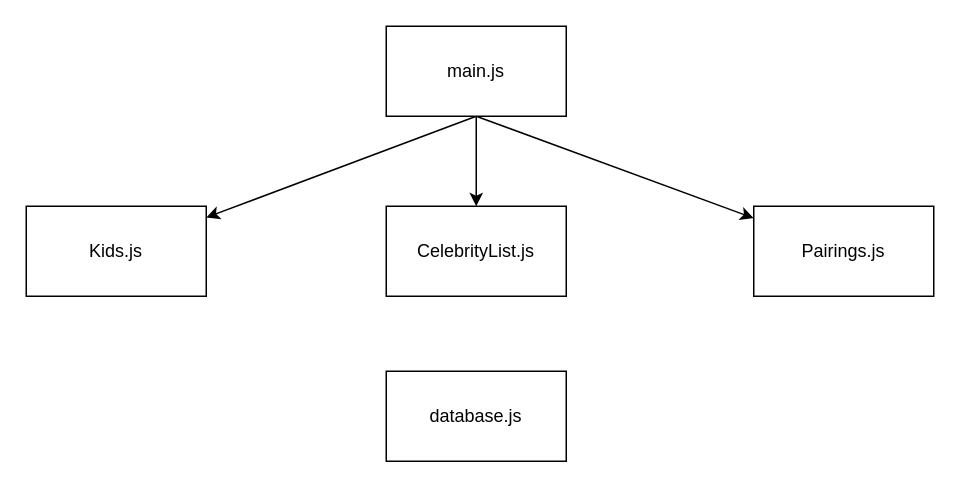
Earlier version of the draw.io diagram dependencyDiagram.drawio (nss-day-cohort-75/Kids-Dreams-BraxtonBrown4). Source tidied: cells renumbered, new cells numbered last; positions are measured from the earlier drawing's top-left corner, leaving out a move shared by most shapes. Both pictures are drawn from the tidied source at 150%, with x=0, y=0 at pixel (26, 26).
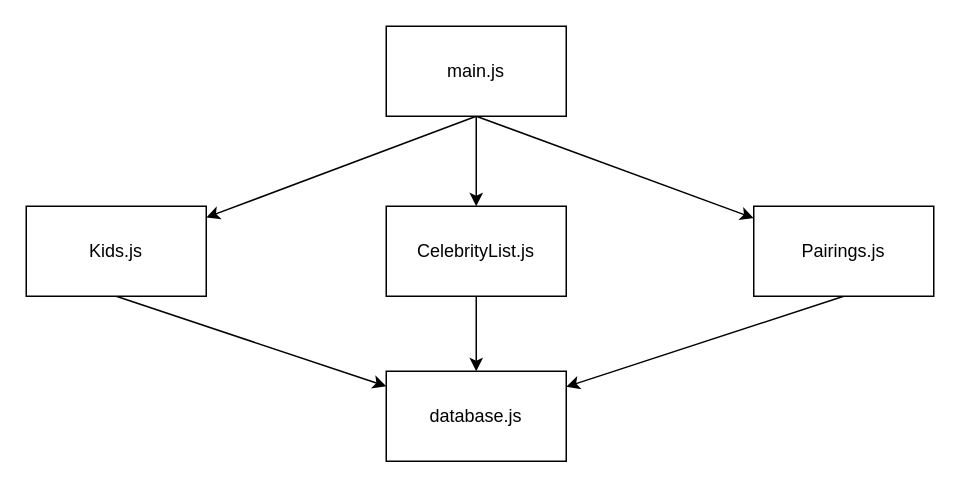
The same page after the edit.

Diff of the diagram source:
```diff
@@
 <mxGraphModel>
   <root>
     <mxCell id="0" />
     <mxCell id="1" parent="0" />
+    <mxCell id="10" style="edgeStyle=none;html=1;exitX=0.5;exitY=1;exitDx=0;exitDy=0;" parent="1" edge="1" source="2" target="4">
+      <mxGeometry relative="1" as="geometry" />
+    </mxCell>
     <mxCell id="2" value="Kids.js" style="rounded=0;whiteSpace=wrap;html=1;" parent="1" vertex="1">
       <mxGeometry y="120" width="120" height="60" as="geometry" />
     </mxCell>
+    <mxCell id="11" style="edgeStyle=none;html=1;exitX=0.5;exitY=1;exitDx=0;exitDy=0;" parent="1" edge="1" source="3" target="4">
+      <mxGeometry relative="1" as="geometry" />
+    </mxCell>
     <mxCell id="3" value="CelebrityList.js" style="rounded=0;whiteSpace=wrap;html=1;" parent="1" vertex="1">
       <mxGeometry x="240" y="120" width="120" height="60" as="geometry" />
     </mxCell>
     <mxCell id="4" value="database.js" style="rounded=0;whiteSpace=wrap;html=1;" parent="1" vertex="1">
       <mxGeometry x="240" y="230" width="120" height="60" as="geometry" />
     </mxCell>
     <mxCell id="5" style="edgeStyle=none;html=1;exitX=0.5;exitY=1;exitDx=0;exitDy=0;" parent="1" edge="1" source="8" target="3">
       <mxGeometry relative="1" as="geometry" />
     </mxCell>
     <mxCell id="6" style="edgeStyle=none;html=1;exitX=0.5;exitY=1;exitDx=0;exitDy=0;" parent="1" edge="1" source="8" target="9">
       <mxGeometry relative="1" as="geometry" />
     </mxCell>
     <mxCell id="7" style="edgeStyle=none;html=1;exitX=0.5;exitY=1;exitDx=0;exitDy=0;" parent="1" edge="1" source="8" target="2">
       <mxGeometry relative="1" as="geometry" />
     </mxCell>
     <mxCell id="8" value="main.js" style="rounded=0;whiteSpace=wrap;html=1;" parent="1" vertex="1">
       <mxGeometry x="240" width="120" height="60" as="geometry" />
     </mxCell>
+    <mxCell id="12" style="edgeStyle=none;html=1;exitX=0.5;exitY=1;exitDx=0;exitDy=0;" parent="1" edge="1" source="9" target="4">
+      <mxGeometry relative="1" as="geometry" />
+    </mxCell>
     <mxCell id="9" value="Pairings.js" style="rounded=0;whiteSpace=wrap;html=1;" parent="1" vertex="1">
       <mxGeometry x="485" y="120" width="120" height="60" as="geometry" />
     </mxCell>
   </root>
 </mxGraphModel>
```
